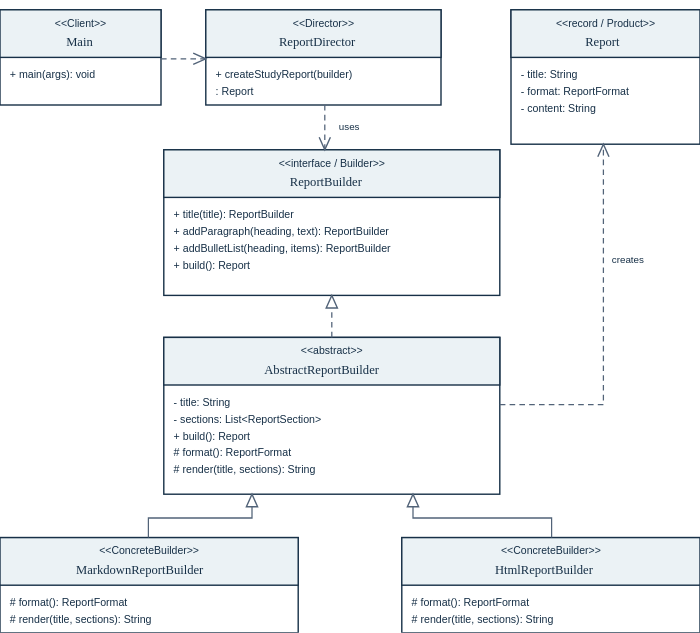
This is docs/uml.svg from unknow9error/aitu-software-design-pattern-assignment1, a PlantUML export, as it was before one commit. Its source is kept beside it as docs/uml.puml. Its diagram source:
```plantuml
@startuml
title Study Report Builder - core pattern roles
skinparam classAttributeIconSize 0
hide empty members

class Main <<Client>> {
  + {static} main(args: String[]): void
}
class ReportDirector <<Director>> {
  + createStudyReport(builder: ReportBuilder): Report
}
interface ReportBuilder <<Builder>> {
  + title(title: String): ReportBuilder
  + addParagraph(heading: String, text: String): ReportBuilder
  + addBulletList(heading: String, items: List<String>): ReportBuilder
  + build(): Report
}
abstract class AbstractReportBuilder {
  - title: String
  - sections: List<ReportSection>
  + build(): Report
  # {abstract} format(): ReportFormat
  # {abstract} render(title: String, sections: List<ReportSection>): String
}
class MarkdownReportBuilder <<ConcreteBuilder>> {
  # format(): ReportFormat
  # render(title: String, sections: List<ReportSection>): String
}
class HtmlReportBuilder <<ConcreteBuilder>> {
  # format(): ReportFormat
  # render(title: String, sections: List<ReportSection>): String
}
class Report <<record / Product>> {
  - title: String
  - format: ReportFormat
  - content: String
  + title(): String
  + format(): ReportFormat
  + content(): String
}

Main ..> ReportDirector : calls
Main ..> MarkdownReportBuilder : creates
Main ..> HtmlReportBuilder : creates
Main ..> Report : saves
ReportDirector ..> ReportBuilder : uses steps
ReportDirector ..> Report : returns
ReportBuilder <|.. AbstractReportBuilder
AbstractReportBuilder <|-- MarkdownReportBuilder
AbstractReportBuilder <|-- HtmlReportBuilder
AbstractReportBuilder ..> Report : creates

note bottom of AbstractReportBuilder
  Implements all construction steps.
  ReportSection, TextValidation and ReportFormat
  are supporting types omitted for clarity.
end note
@enduml
```
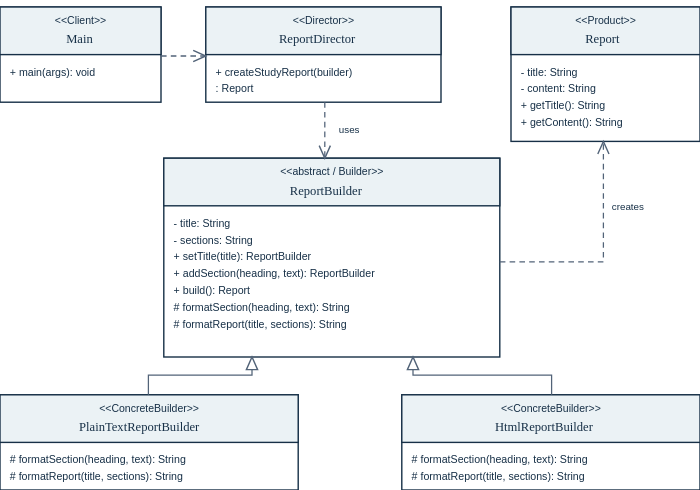
Later version of the same file.

The edit, as a diff of the source:
```diff
@@ -1,58 +1,46 @@
 @startuml
-title Study Report Builder - core pattern roles
+title Study Report Builder
 skinparam classAttributeIconSize 0
 hide empty members
 
-class Main <<Client>> {
-  + {static} main(args: String[]): void
+class Report <<Product>> {
+  - title: String
+  - content: String
+  + Report(title: String, content: String)
+  + getTitle(): String
+  + getContent(): String
+}
+abstract class ReportBuilder <<Builder>> {
+  - title: String
+  - sections: String
+  + setTitle(title: String): ReportBuilder
+  + addSection(heading: String, text: String): ReportBuilder
+  + build(): Report
+  - checkText(text: String, field: String): void
+  # {abstract} formatSection(heading: String, text: String): String
+  # {abstract} formatReport(title: String, sections: String): String
+}
+class PlainTextReportBuilder <<ConcreteBuilder>> {
+  # formatSection(heading: String, text: String): String
+  # formatReport(title: String, sections: String): String
+}
+class HtmlReportBuilder <<ConcreteBuilder>> {
+  # formatSection(heading: String, text: String): String
+  # formatReport(title: String, sections: String): String
 }
 class ReportDirector <<Director>> {
   + createStudyReport(builder: ReportBuilder): Report
 }
-interface ReportBuilder <<Builder>> {
-  + title(title: String): ReportBuilder
-  + addParagraph(heading: String, text: String): ReportBuilder
-  + addBulletList(heading: String, items: List<String>): ReportBuilder
-  + build(): Report
-}
-abstract class AbstractReportBuilder {
-  - title: String
-  - sections: List<ReportSection>
-  + build(): Report
-  # {abstract} format(): ReportFormat
-  # {abstract} render(title: String, sections: List<ReportSection>): String
-}
-class MarkdownReportBuilder <<ConcreteBuilder>> {
-  # format(): ReportFormat
-  # render(title: String, sections: List<ReportSection>): String
-}
-class HtmlReportBuilder <<ConcreteBuilder>> {
-  # format(): ReportFormat
-  # render(title: String, sections: List<ReportSection>): String
-}
-class Report <<record / Product>> {
-  - title: String
-  - format: ReportFormat
-  - content: String
-  + title(): String
-  + format(): ReportFormat
-  + content(): String
+class Main <<Client>> {
+  + {static} main(args: String[]): void
 }
 
+ReportBuilder <|-- PlainTextReportBuilder
+ReportBuilder <|-- HtmlReportBuilder
+ReportBuilder ..> Report : creates
+ReportDirector ..> ReportBuilder : calls steps
 Main ..> ReportDirector : calls
-Main ..> MarkdownReportBuilder : creates
+Main ..> PlainTextReportBuilder : creates
 Main ..> HtmlReportBuilder : creates
-Main ..> Report : saves
-ReportDirector ..> ReportBuilder : uses steps
-ReportDirector ..> Report : returns
-ReportBuilder <|.. AbstractReportBuilder
-AbstractReportBuilder <|-- MarkdownReportBuilder
-AbstractReportBuilder <|-- HtmlReportBuilder
-AbstractReportBuilder ..> Report : creates
-
-note bottom of AbstractReportBuilder
-  Implements all construction steps.
-  ReportSection, TextValidation and ReportFormat
-  are supporting types omitted for clarity.
-end note
+Main ..> Report : prints
 @enduml
```
